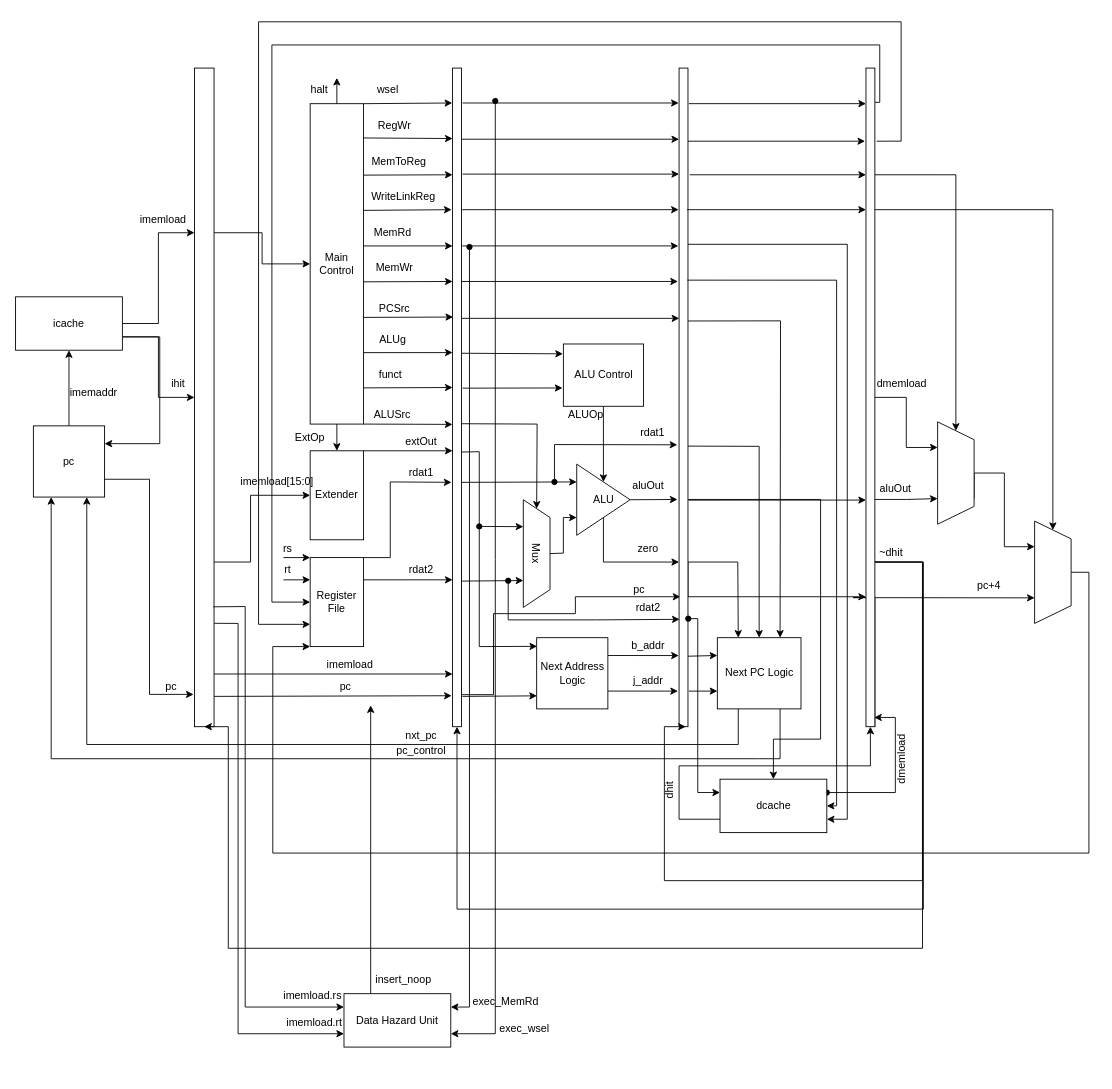
This is Pipeline.drawio.xml from dsrasheed/ece437, a draw.io file, before an edit. Source tidied: cells renumbered, new cells numbered last; positions are measured from the earlier drawing's top-left corner, leaving out a move shared by most shapes. Both pictures are drawn from the tidied source at 89%, with x=0, y=0 at pixel (15, 21).
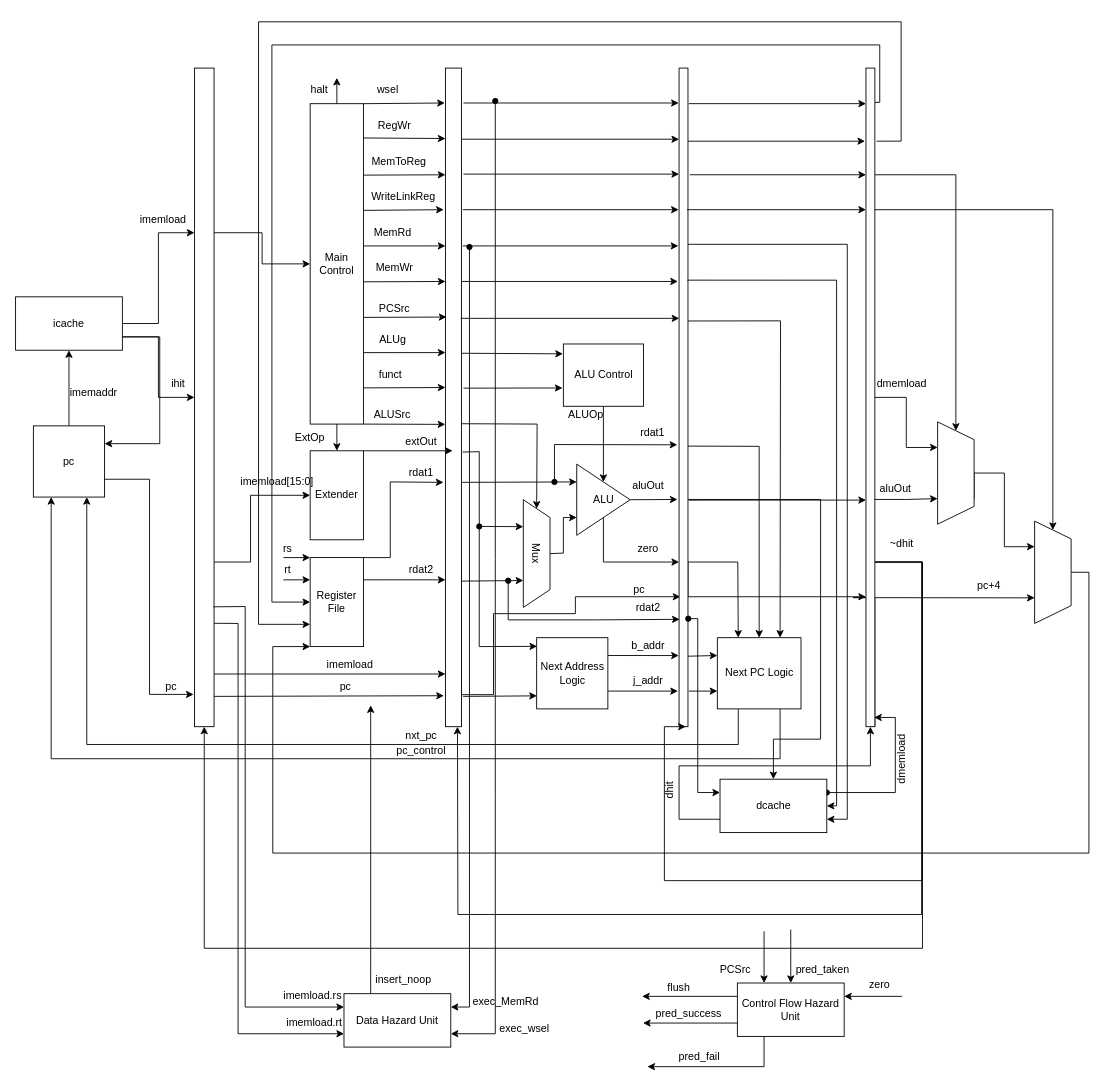
The same diagram, later.

The change refers to these unchanged cells:
```xml
<mxCell id="4" style="rounded=0;whiteSpace=wrap;html=1;" parent="1" vertex="1">
  <mxGeometry x="201" y="52" width="22" height="740" as="geometry" />
</mxCell>
<mxCell id="91" style="rounded=0;whiteSpace=wrap;html=1;" parent="1" vertex="1">
  <mxGeometry x="955.5" y="52" width="10" height="740" as="geometry" />
</mxCell>
```

Diff of the diagram source:
```diff
@@
     <mxCell id="25" style="rounded=0;whiteSpace=wrap;html=1;" parent="1" vertex="1">
-      <mxGeometry x="491" y="52" width="10" height="740" as="geometry" />
+      <mxGeometry x="483" y="52" width="18" height="740" as="geometry" />
     </mxCell>
@@
-    <mxCell id="89" style="edgeStyle=orthogonalEdgeStyle;rounded=0;jettySize=auto;html=1;exitX=1;exitY=0.75;exitDx=0;exitDy=0;entryX=0.5;entryY=1;entryDx=0;entryDy=0;startArrow=none;startFill=0;" parent="1" edge="1" source="91" target="25">
-      <mxGeometry relative="1" as="geometry">
-        <Array as="points">
-          <mxPoint x="1020" y="607" />
-          <mxPoint x="1020" y="997" />
-          <mxPoint x="496" y="997" />
-        </Array>
-      </mxGeometry>
-    </mxCell>
     <mxCell id="90" style="edgeStyle=orthogonalEdgeStyle;rounded=0;jettySize=auto;html=1;exitX=1;exitY=0.75;exitDx=0;exitDy=0;entryX=0.5;entryY=1;entryDx=0;entryDy=0;startArrow=none;startFill=0;" parent="1" edge="1" source="91" target="4">
       <mxGeometry relative="1" as="geometry">
         <Array as="points">
           <mxPoint x="1019" y="607" />
           <mxPoint x="1019" y="1041" />
-          <mxPoint x="239" y="1041" />
-          <mxPoint x="239" y="792" />
+          <mxPoint x="212" y="1041" />
         </Array>
       </mxGeometry>
     </mxCell>
@@
     <mxCell id="133" value="~dhit" style="text;html=1;strokeColor=none;fillColor=none;align=center;verticalAlign=middle;whiteSpace=wrap;rounded=0;" parent="1" vertex="1">
-      <mxGeometry x="954" y="582" width="60" height="30" as="geometry" />
+      <mxGeometry x="965.5" y="572" width="60" height="30" as="geometry" />
     </mxCell>
@@
+    <mxCell id="151" value="Control Flow Hazard Unit" style="rounded=0;whiteSpace=wrap;html=1;" parent="1" vertex="1">
+      <mxGeometry x="811" y="1080" width="120" height="60" as="geometry" />
+    </mxCell>
+    <mxCell id="89" style="endArrow=classic;html=1;rounded=0;entryX=0.75;entryY=1;entryDx=0;entryDy=0;exitX=1;exitY=0.75;exitDx=0;exitDy=0;" parent="1" edge="1" source="91" target="25">
+      <mxGeometry relative="1" as="geometry">
+        <Array as="points">
+          <mxPoint x="1018" y="607" />
+          <mxPoint x="1018" y="1003" />
+          <mxPoint x="497" y="1003" />
+        </Array>
+      </mxGeometry>
+    </mxCell>
+    <mxCell id="152" style="endArrow=classic;html=1;rounded=0;entryX=0.25;entryY=0;entryDx=0;entryDy=0;" parent="1" edge="1" target="151">
+      <mxGeometry relative="1" as="geometry">
+        <mxPoint x="841" y="1022" as="sourcePoint" />
+      </mxGeometry>
+    </mxCell>
+    <mxCell id="153" value="PCSrc" style="text;html=1;strokeColor=none;fillColor=none;align=center;verticalAlign=middle;whiteSpace=wrap;rounded=0;" parent="1" vertex="1">
+      <mxGeometry x="779" y="1050" width="60" height="30" as="geometry" />
+    </mxCell>
+    <mxCell id="154" style="endArrow=classic;html=1;rounded=0;entryX=0.5;entryY=0;entryDx=0;entryDy=0;" parent="1" edge="1" target="151">
+      <mxGeometry relative="1" as="geometry">
+        <mxPoint x="871" y="1020" as="sourcePoint" />
+      </mxGeometry>
+    </mxCell>
+    <mxCell id="155" value="pred_taken" style="text;html=1;strokeColor=none;fillColor=none;align=center;verticalAlign=middle;whiteSpace=wrap;rounded=0;" parent="1" vertex="1">
+      <mxGeometry x="877" y="1050" width="60" height="30" as="geometry" />
+    </mxCell>
+    <mxCell id="156" style="endArrow=classic;html=1;rounded=0;entryX=1;entryY=0.25;entryDx=0;entryDy=0;" parent="1" edge="1" target="151">
+      <mxGeometry relative="1" as="geometry">
+        <mxPoint x="996" y="1095" as="sourcePoint" />
+      </mxGeometry>
+    </mxCell>
+    <mxCell id="157" value="zero" style="text;html=1;strokeColor=none;fillColor=none;align=center;verticalAlign=middle;whiteSpace=wrap;rounded=0;" parent="1" vertex="1">
+      <mxGeometry x="941" y="1067" width="60" height="30" as="geometry" />
+    </mxCell>
+    <mxCell id="158" style="endArrow=classic;html=1;rounded=0;exitX=0;exitY=0.25;exitDx=0;exitDy=0;" parent="1" edge="1" source="151">
+      <mxGeometry relative="1" as="geometry">
+        <mxPoint x="704" y="1095" as="targetPoint" />
+      </mxGeometry>
+    </mxCell>
+    <mxCell id="159" style="endArrow=classic;html=1;rounded=0;exitX=0;exitY=0.75;exitDx=0;exitDy=0;" parent="1" edge="1" source="151">
+      <mxGeometry relative="1" as="geometry">
+        <mxPoint x="705" y="1125" as="targetPoint" />
+      </mxGeometry>
+    </mxCell>
+    <mxCell id="160" value="flush" style="text;html=1;strokeColor=none;fillColor=none;align=center;verticalAlign=middle;whiteSpace=wrap;rounded=0;" parent="1" vertex="1">
+      <mxGeometry x="723" y="1074" width="45" height="21" as="geometry" />
+    </mxCell>
+    <mxCell id="161" value="pred_success" style="text;html=1;strokeColor=none;fillColor=none;align=center;verticalAlign=middle;whiteSpace=wrap;rounded=0;" parent="1" vertex="1">
+      <mxGeometry x="734" y="1104" width="45" height="21" as="geometry" />
+    </mxCell>
+    <mxCell id="162" style="endArrow=classic;html=1;rounded=0;exitX=0.25;exitY=1;exitDx=0;exitDy=0;" parent="1" edge="1" source="151">
+      <mxGeometry relative="1" as="geometry">
+        <mxPoint x="710" y="1174" as="targetPoint" />
+        <Array as="points">
+          <mxPoint x="841" y="1174" />
+        </Array>
+      </mxGeometry>
+    </mxCell>
+    <mxCell id="163" value="pred_fail" style="text;html=1;strokeColor=none;fillColor=none;align=center;verticalAlign=middle;whiteSpace=wrap;rounded=0;" parent="1" vertex="1">
+      <mxGeometry x="745.5" y="1152" width="45" height="21" as="geometry" />
+    </mxCell>
```
